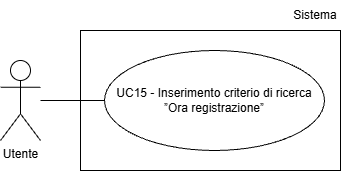
Earlier version of the draw.io export assets/Use_Case_Diagrams/UC15.png (Team-Three-Technologies/Documenti). Source tidied: cells renumbered, new cells last; positions are measured from the earlier drawing's top-left corner, leaving out a move shared by most shapes. Source of this version:
```xml
<mxGraphModel>
  <root>
    <mxCell id="0" />
    <mxCell id="1" parent="0" />
    <mxCell id="2" value="Utente" style="shape=umlActor;verticalLabelPosition=bottom;verticalAlign=top;html=1;" parent="1" vertex="1">
      <mxGeometry y="60" width="40" height="80" as="geometry" />
    </mxCell>
    <mxCell id="3" value="UC15 - Inserimento criterio di ricerca ”Ora registrazione”" style="ellipse;whiteSpace=wrap;html=1;align=center;" parent="1" vertex="1">
      <mxGeometry x="104" y="50" width="220" height="100" as="geometry" />
    </mxCell>
    <mxCell id="4" style="endArrow=none;html=1;rounded=0;entryX=0;entryY=0.5;entryDx=0;entryDy=0;" parent="1" edge="1" target="3">
      <mxGeometry relative="1" as="geometry">
        <mxPoint x="40" y="100" as="sourcePoint" />
      </mxGeometry>
    </mxCell>
    <mxCell id="5" style="rounded=0;whiteSpace=wrap;html=1;fillColor=none;" parent="1" vertex="1">
      <mxGeometry x="80" y="30" width="260" height="140" as="geometry" />
    </mxCell>
    <mxCell id="6" value="Sistema" style="text;html=1;whiteSpace=wrap;strokeColor=none;fillColor=none;align=center;verticalAlign=middle;rounded=0;" parent="1" vertex="1">
      <mxGeometry x="290" width="50" height="30" as="geometry" />
    </mxCell>
  </root>
</mxGraphModel>
```
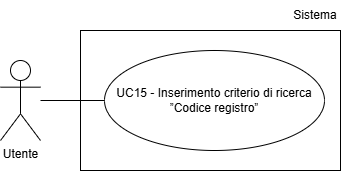
Later version of the same file.

What changed in the source:
```diff
@@ -5,14 +5,14 @@
     <mxCell id="2" value="Utente" style="shape=umlActor;verticalLabelPosition=bottom;verticalAlign=top;html=1;" parent="1" vertex="1">
       <mxGeometry y="60" width="40" height="80" as="geometry" />
     </mxCell>
-    <mxCell id="3" value="UC15 - Inserimento criterio di ricerca ”Ora registrazione”" style="ellipse;whiteSpace=wrap;html=1;align=center;" parent="1" vertex="1">
-      <mxGeometry x="104" y="50" width="220" height="100" as="geometry" />
-    </mxCell>
-    <mxCell id="4" style="endArrow=none;html=1;rounded=0;entryX=0;entryY=0.5;entryDx=0;entryDy=0;" parent="1" edge="1" target="3">
-      <mxGeometry relative="1" as="geometry">
-        <mxPoint x="40" y="100" as="sourcePoint" />
-      </mxGeometry>
-    </mxCell>
+    <mxCell id="7" value="UC15 - Inserimento criterio di ricerca ”Codice registro”" style="ellipse;whiteSpace=wrap;html=1;align=center;" parent="1" vertex="1">
+      <mxGeometry x="104" y="50" width="220" height="100" as="geometry" />
+    </mxCell>
+    <mxCell id="8" style="endArrow=none;html=1;rounded=0;entryX=0;entryY=0.5;entryDx=0;entryDy=0;" parent="1" edge="1" target="7">
+      <mxGeometry relative="1" as="geometry">
+        <mxPoint x="40" y="100" as="sourcePoint" />
+      </mxGeometry>
+    </mxCell>
     <mxCell id="5" style="rounded=0;whiteSpace=wrap;html=1;fillColor=none;" parent="1" vertex="1">
       <mxGeometry x="80" y="30" width="260" height="140" as="geometry" />
     </mxCell>
```
